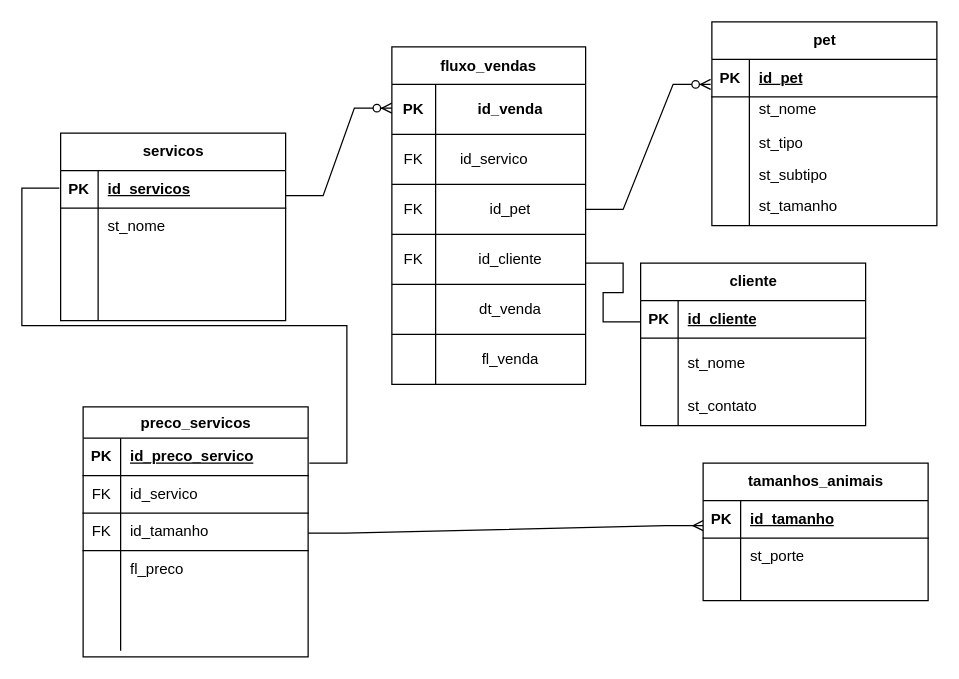
Above: Polli/Diagrama bicho.drawio in reprograma/on34-python-s07-banco-de-dados-I (draw.io), before the change. Source tidied: cells renumbered, new cells numbered last; positions are measured from the earlier drawing's top-left corner, leaving out a move shared by most shapes. Both pictures are drawn from the tidied source at 125%, with x=0, y=0 at pixel (9, 21).
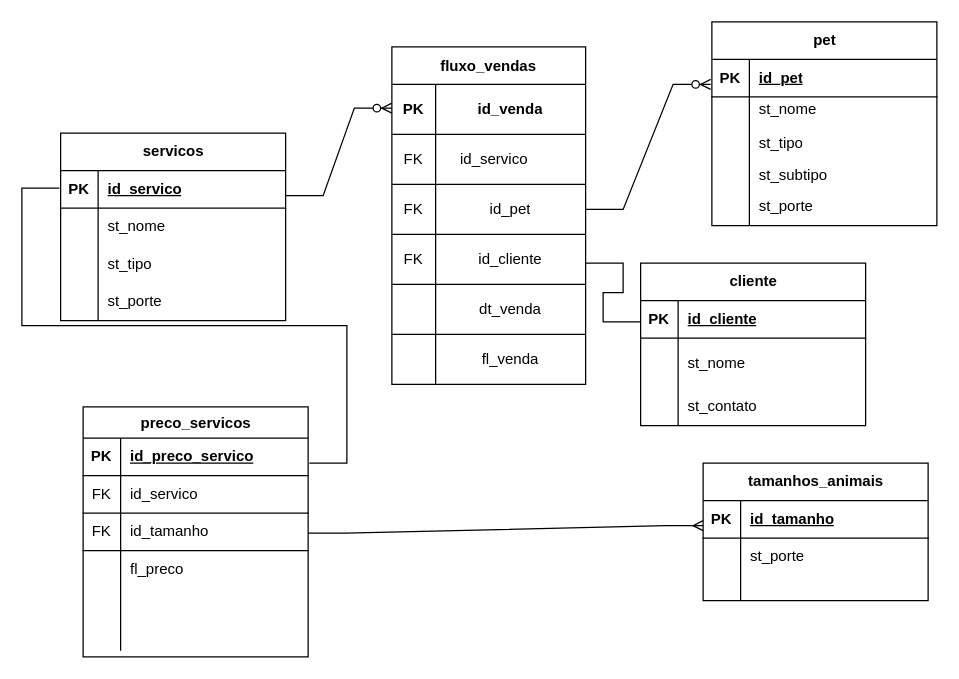
The same page after the edit.

The change refers to these unchanged cells:
```xml
<mxCell id="16" style="shape=tableRow;horizontal=0;startSize=0;swimlaneHead=0;swimlaneBody=0;fillColor=none;top=0;left=0;right=0;bottom=0;" parent="3" vertex="1">
  <mxGeometry y="133" width="180" height="30" as="geometry" />
</mxCell>
<mxCell id="61" style="shape=tableRow;horizontal=0;startSize=0;swimlaneHead=0;swimlaneBody=0;fillColor=none;top=0;left=0;right=0;bottom=1;" parent="60" vertex="1">
  <mxGeometry y="30" width="180" height="30" as="geometry" />
</mxCell>
<mxCell id="67" style="shape=tableRow;horizontal=0;startSize=0;swimlaneHead=0;swimlaneBody=0;fillColor=none;top=0;left=0;right=0;bottom=0;" parent="60" vertex="1">
  <mxGeometry y="90" width="180" height="30" as="geometry" />
</mxCell>
<mxCell id="70" style="shape=tableRow;horizontal=0;startSize=0;swimlaneHead=0;swimlaneBody=0;fillColor=none;top=0;left=0;right=0;bottom=0;" parent="60" vertex="1">
  <mxGeometry y="120" width="180" height="30" as="geometry" />
</mxCell>
```

What changed in the source:
```diff
@@
-    <mxCell id="18" value="st_tamanho" style="shape=partialRectangle;fillColor=none;top=0;left=0;bottom=0;right=0;align=left;spacingLeft=6;overflow=hidden;whiteSpace=wrap;html=1;" parent="16" vertex="1">
+    <mxCell id="18" value="st_porte" style="shape=partialRectangle;fillColor=none;top=0;left=0;bottom=0;right=0;align=left;spacingLeft=6;overflow=hidden;whiteSpace=wrap;html=1;" parent="16" vertex="1">
       <mxGeometry x="30" width="150" height="30" as="geometry" />
     </mxCell>
@@
-    <mxCell id="63" value="id_servicos" style="shape=partialRectangle;fillColor=none;top=0;left=0;bottom=0;right=0;align=left;spacingLeft=6;fontStyle=5;overflow=hidden;whiteSpace=wrap;html=1;" parent="61" vertex="1">
+    <mxCell id="63" value="id_servico" style="shape=partialRectangle;fillColor=none;top=0;left=0;bottom=0;right=0;align=left;spacingLeft=6;fontStyle=5;overflow=hidden;whiteSpace=wrap;html=1;" parent="61" vertex="1">
       <mxGeometry x="30" width="150" height="30" as="geometry" />
     </mxCell>
@@
-    <mxCell id="69" style="shape=partialRectangle;fillColor=none;top=0;left=0;bottom=0;right=0;align=left;spacingLeft=6;overflow=hidden;whiteSpace=wrap;html=1;" parent="67" vertex="1">
+    <mxCell id="69" value="st_tipo" style="shape=partialRectangle;fillColor=none;top=0;left=0;bottom=0;right=0;align=left;spacingLeft=6;overflow=hidden;whiteSpace=wrap;html=1;" parent="67" vertex="1">
       <mxGeometry x="30" width="150" height="30" as="geometry" />
     </mxCell>
@@
-    <mxCell id="72" style="shape=partialRectangle;fillColor=none;top=0;left=0;bottom=0;right=0;align=left;spacingLeft=6;overflow=hidden;whiteSpace=wrap;html=1;" parent="70" vertex="1">
+    <mxCell id="72" value="st_porte" style="shape=partialRectangle;fillColor=none;top=0;left=0;bottom=0;right=0;align=left;spacingLeft=6;overflow=hidden;whiteSpace=wrap;html=1;" parent="70" vertex="1">
       <mxGeometry x="30" width="150" height="30" as="geometry" />
     </mxCell>
```
